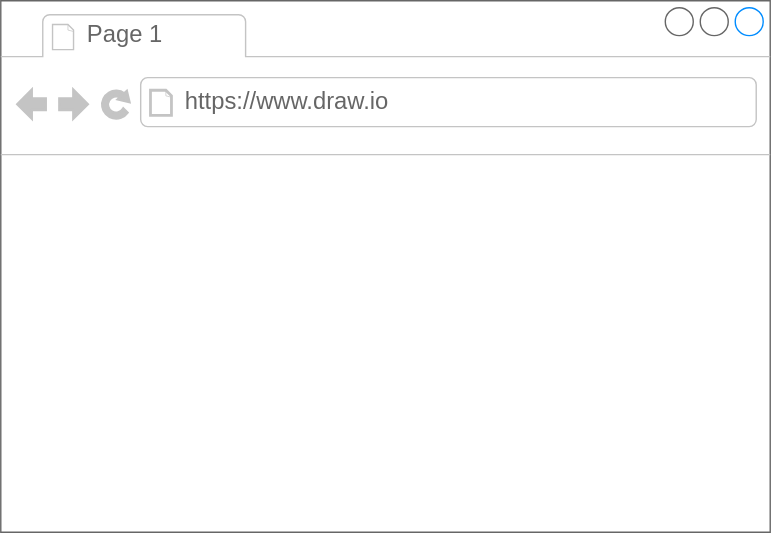
Earlier version of the draw.io export se1.drawio.svg (Holy0343/Product1). Source tidied: cells renumbered, new cells last; positions are measured from the earlier drawing's top-left corner, leaving out a move shared by most shapes. Source of this version:
```xml
<mxGraphModel>
  <root>
    <mxCell id="0" />
    <mxCell id="1" parent="0" />
    <mxCell id="2" style="strokeWidth=1;shadow=0;dashed=0;align=center;html=1;shape=mxgraph.mockup.containers.browserWindow;rSize=0;strokeColor=#666666;strokeColor2=#008cff;strokeColor3=#c4c4c4;mainText=,;" parent="1" vertex="1">
      <mxGeometry width="550" height="380" as="geometry" />
    </mxCell>
    <mxCell id="3" value="Page 1" style="strokeWidth=1;shadow=0;dashed=0;align=center;html=1;shape=mxgraph.mockup.containers.anchor;fontSize=17;fontColor=#666666;align=left;whiteSpace=wrap;" parent="2" vertex="1">
      <mxGeometry x="60" y="12" width="110" height="26" as="geometry" />
    </mxCell>
    <mxCell id="4" value="https://www.draw.io" style="strokeWidth=1;shadow=0;dashed=0;align=center;html=1;shape=mxgraph.mockup.containers.anchor;rSize=0;fontSize=17;fontColor=#666666;align=left;" parent="2" vertex="1">
      <mxGeometry x="130" y="60" width="250" height="26" as="geometry" />
    </mxCell>
  </root>
</mxGraphModel>
```
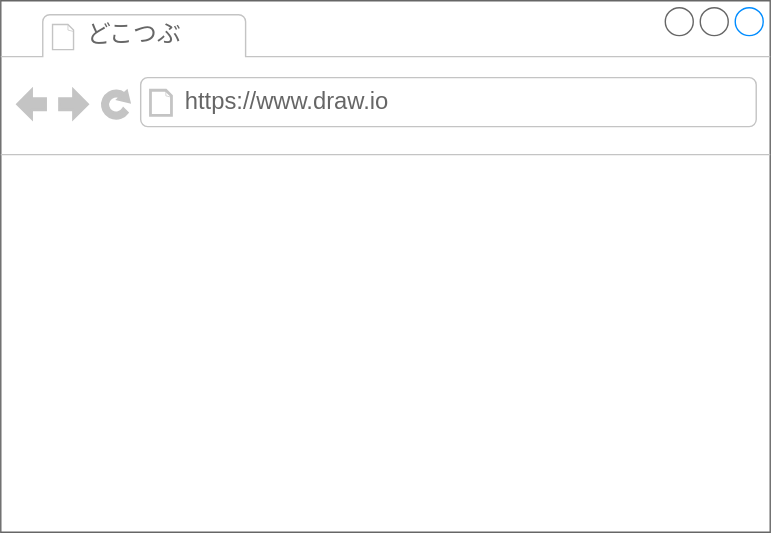
Later version of the same file.

Commit message:
se1.drawio.svg を更新します

Diff of the diagram source:
```diff
@@ -5,7 +5,7 @@
     <mxCell id="2" style="strokeWidth=1;shadow=0;dashed=0;align=center;html=1;shape=mxgraph.mockup.containers.browserWindow;rSize=0;strokeColor=#666666;strokeColor2=#008cff;strokeColor3=#c4c4c4;mainText=,;" parent="1" vertex="1">
       <mxGeometry width="550" height="380" as="geometry" />
     </mxCell>
-    <mxCell id="3" value="Page 1" style="strokeWidth=1;shadow=0;dashed=0;align=center;html=1;shape=mxgraph.mockup.containers.anchor;fontSize=17;fontColor=#666666;align=left;whiteSpace=wrap;" parent="2" vertex="1">
+    <mxCell id="3" value="どこつぶ" style="strokeWidth=1;shadow=0;dashed=0;align=center;html=1;shape=mxgraph.mockup.containers.anchor;fontSize=17;fontColor=#666666;align=left;whiteSpace=wrap;" parent="2" vertex="1">
       <mxGeometry x="60" y="12" width="110" height="26" as="geometry" />
     </mxCell>
     <mxCell id="4" value="https://www.draw.io" style="strokeWidth=1;shadow=0;dashed=0;align=center;html=1;shape=mxgraph.mockup.containers.anchor;rSize=0;fontSize=17;fontColor=#666666;align=left;" parent="2" vertex="1">
```
